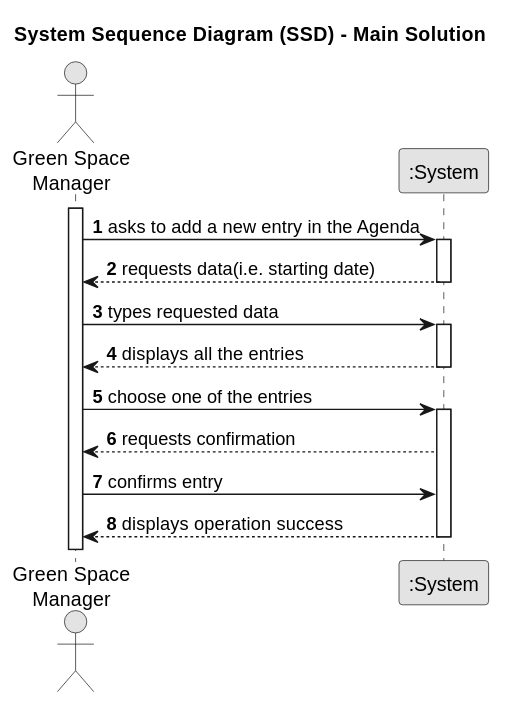
Departamento-de-Engenharia-Informatica/lei-24-s2-1dkl-g134 keeps this PlantUML diagram as docs/sprintC/us022/01.requirements-engineering/svg/us022-system-sequence-diagram-main-solution.svg. Above is the earlier version.
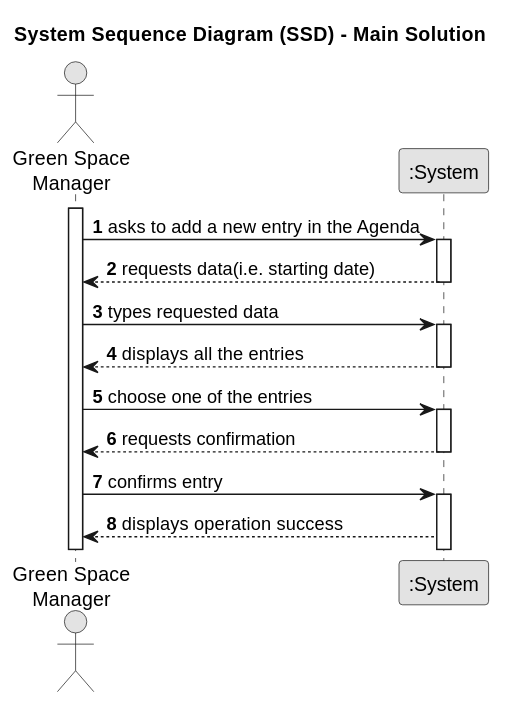
The same diagram one commit later.

The edit, as a diff of the source:
```diff
@@ -27,8 +27,11 @@
     Manager -> System : choose one of the entries
     activate System
 
-           System --> Manager : requests confirmation
-           Manager -> System : confirms entry
-           System --> Manager : displays operation success
-           deactivate System
+          System --> Manager : requests confirmation
+          deactivate System
+
+    Manager -> System : confirms entry
+    activate System
+
+    System --> Manager : displays operation success
 @enduml
```
